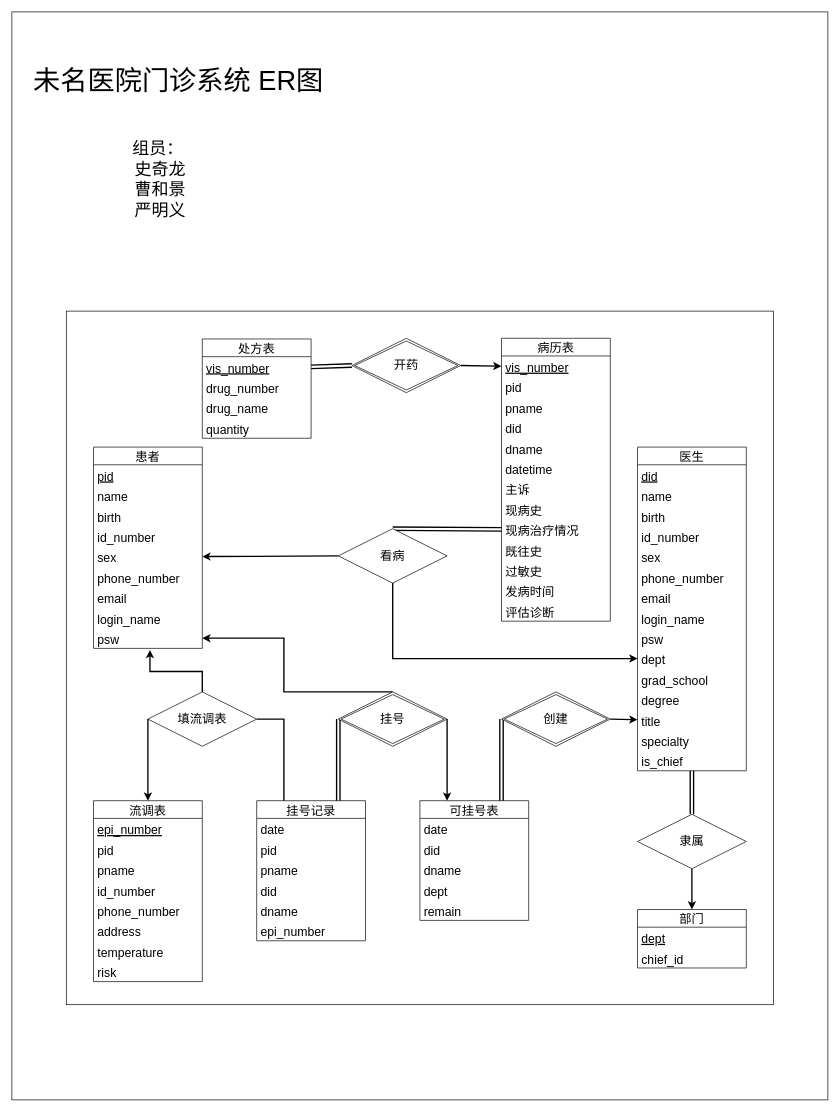
Before: 医院ER图.drawio in sql0316/hello-world, a draw.io diagram. Source tidied: cells renumbered, new cells numbered last; positions are measured from the earlier drawing's top-left corner, leaving out a move shared by most shapes. Both pictures are drawn from the tidied source at 68%, with x=0, y=0 at pixel (12, 12).
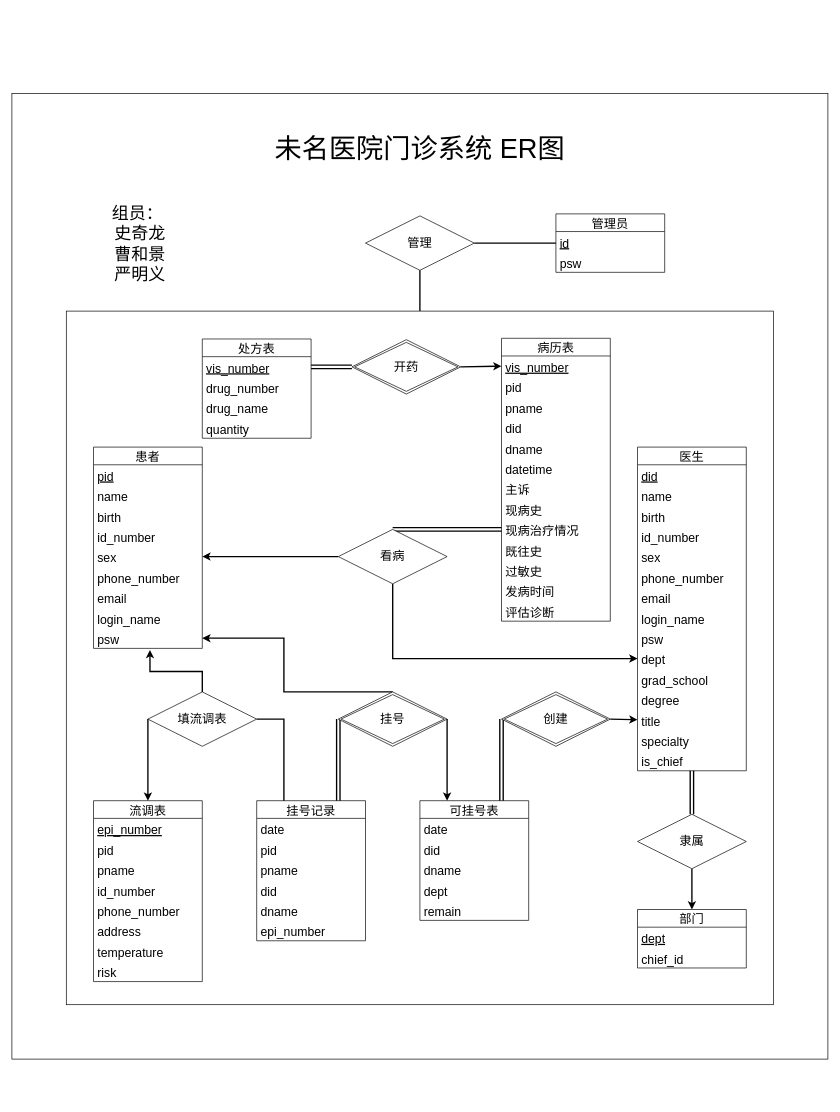
Above is the later version.

Commit message:
更新医院ER图.drawio

Unchanged cells that the change refers to:
```xml
<mxCell id="3" style="rounded=0;whiteSpace=wrap;html=1;fontFamily=Helvetica;fontSize=25;fillColor=none;" parent="1" vertex="1">
  <mxGeometry x="80" y="440" width="1040" height="1020" as="geometry" />
</mxCell>
```

Change to the diagram source:
```diff
@@
     <mxCell id="2" style="rounded=0;whiteSpace=wrap;html=1;fontSize=18;fillColor=none;" parent="1" vertex="1">
-      <mxGeometry width="1200" height="1600" as="geometry" />
+      <mxGeometry y="120" width="1200" height="1420" as="geometry" />
     </mxCell>
@@
     <mxCell id="36" value="看病" style="shape=rhombus;perimeter=rhombusPerimeter;whiteSpace=wrap;html=1;align=center;fontSize=18;" parent="1" vertex="1">
-      <mxGeometry x="480" y="760" width="160" height="80" as="geometry" />
+      <mxGeometry x="480" y="761" width="160" height="80" as="geometry" />
     </mxCell>
@@
     <mxCell id="58" value="开药" style="shape=rhombus;double=1;perimeter=rhombusPerimeter;whiteSpace=wrap;html=1;align=center;fontSize=18;" parent="1" vertex="1">
-      <mxGeometry x="500" y="480" width="160" height="80" as="geometry" />
+      <mxGeometry x="500" y="482" width="160" height="80" as="geometry" />
     </mxCell>
@@
     <mxCell id="95" value="&lt;font style=&quot;font-size: 40px&quot;&gt;未名医院门诊系统 ER图&lt;/font&gt;" style="text;html=1;strokeColor=none;fillColor=none;align=center;verticalAlign=middle;whiteSpace=wrap;rounded=0;fontSize=18;opacity=0;" parent="1" vertex="1">
-      <mxGeometry x="30" y="50" width="430" height="100" as="geometry" />
+      <mxGeometry x="385" y="150" width="430" height="100" as="geometry" />
     </mxCell>
     <mxCell id="96" value="组员：&lt;br style=&quot;font-size: 25px;&quot;&gt;&lt;span style=&quot;white-space: pre; font-size: 25px;&quot;&gt; &lt;/span&gt;史奇龙&lt;br style=&quot;font-size: 25px;&quot;&gt;&lt;span style=&quot;white-space: pre; font-size: 25px;&quot;&gt; &lt;/span&gt;曹和景&lt;br style=&quot;font-size: 25px;&quot;&gt;&lt;span style=&quot;white-space: pre; font-size: 25px;&quot;&gt; &lt;/span&gt;严明义" style="text;html=1;strokeColor=none;fillColor=none;align=center;verticalAlign=middle;whiteSpace=wrap;rounded=0;fontFamily=Helvetica;fontSize=25;opacity=0;" parent="1" vertex="1">
-      <mxGeometry x="130" y="190" width="170" height="110" as="geometry" />
+      <mxGeometry x="100" y="285" width="170" height="110" as="geometry" />
     </mxCell>
@@
+    <mxCell id="98" value="管理员" style="swimlane;fontStyle=0;horizontal=1;startSize=26;align=center;fontSize=18;" parent="1" vertex="1">
+      <mxGeometry x="800" y="297" width="160" height="86" as="geometry" />
+    </mxCell>
+    <mxCell id="99" value="id" style="text;strokeColor=none;fillColor=none;spacingLeft=4;spacingRight=4;overflow=hidden;fontSize=18;fontStyle=4;" parent="98" vertex="1">
+      <mxGeometry y="26" width="160" height="30" as="geometry" />
+    </mxCell>
+    <mxCell id="100" value="psw" style="text;strokeColor=none;fillColor=none;spacingLeft=4;spacingRight=4;overflow=hidden;fontSize=18;" parent="98" vertex="1">
+      <mxGeometry y="56" width="160" height="30" as="geometry" />
+    </mxCell>
+    <mxCell id="101" style="edgeStyle=none;rounded=0;jettySize=auto;html=1;exitX=1;exitY=0.5;exitDx=0;exitDy=0;entryX=0;entryY=0.5;entryDx=0;entryDy=0;fontFamily=Helvetica;fontSize=25;endArrow=none;endFill=0;strokeWidth=2;elbow=vertical;" parent="1" edge="1" source="103" target="98">
+      <mxGeometry relative="1" as="geometry" />
+    </mxCell>
+    <mxCell id="102" style="edgeStyle=none;rounded=0;jettySize=auto;html=1;exitX=0.5;exitY=1;exitDx=0;exitDy=0;entryX=0.5;entryY=0;entryDx=0;entryDy=0;fontFamily=Helvetica;fontSize=25;endArrow=none;endFill=0;strokeWidth=2;elbow=vertical;" parent="1" edge="1" source="103" target="3">
+      <mxGeometry relative="1" as="geometry" />
+    </mxCell>
+    <mxCell id="103" value="管理" style="shape=rhombus;perimeter=rhombusPerimeter;whiteSpace=wrap;html=1;align=center;fontSize=18;" parent="1" vertex="1">
+      <mxGeometry x="520" y="300" width="160" height="80" as="geometry" />
+    </mxCell>
```
